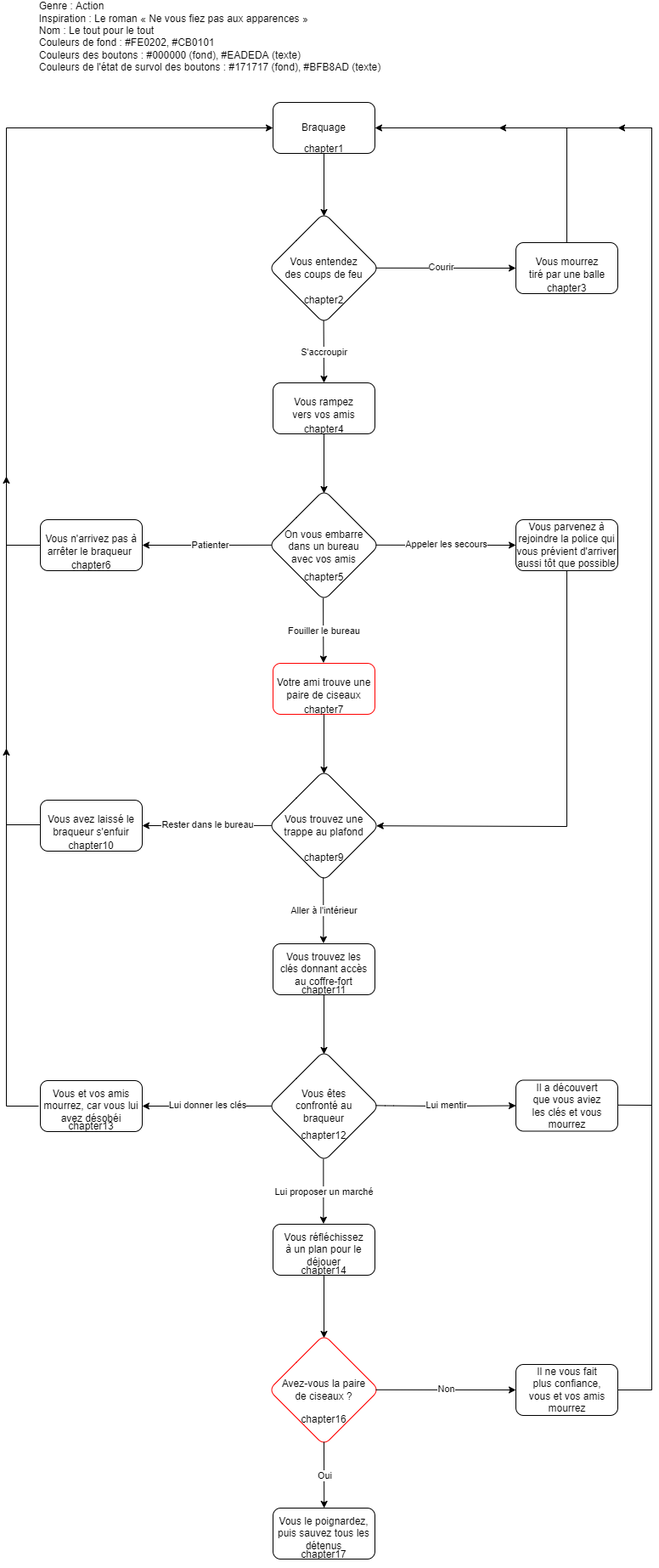
The draw.io diagram assets/schema.png in M-lie/vous-etes-le-heros-le-tout-pour-le-tout, before a commit. Source tidied: cells renumbered, new cells last; positions are measured from the earlier drawing's top-left corner, leaving out a move shared by most shapes.
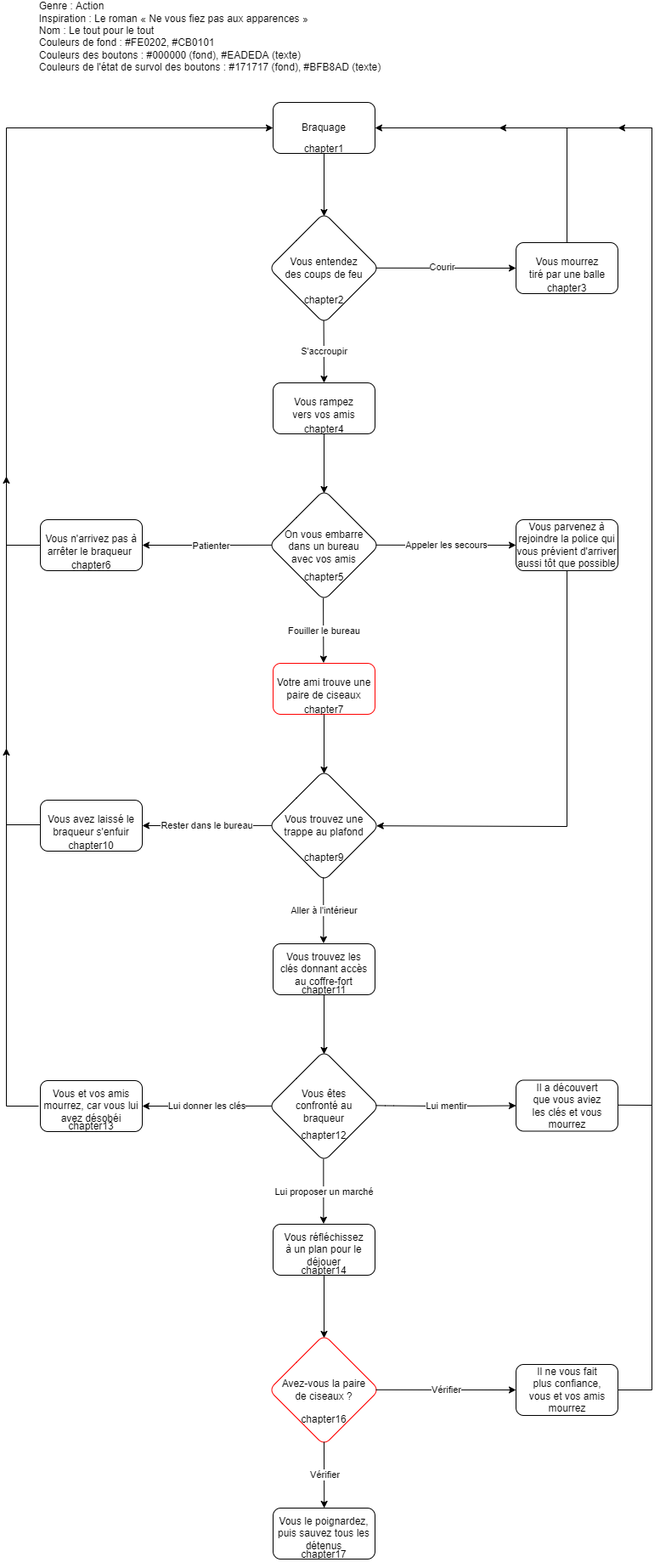
The same diagram one commit later.

Commit message:
arrangements_schema/textes

The edit, as a diff of the source:
```diff
@@ -239,7 +239,7 @@
         <mxPoint x="435" y="1634.8" as="sourcePoint" />
       </mxGeometry>
     </mxCell>
-    <mxCell id="58" value="Non" style="edgeLabel;html=1;align=center;verticalAlign=middle;fontColor=#000000;labelBackgroundColor=#FFFFFF;" parent="57" vertex="1">
+    <mxCell id="58" value="Vérifier" style="edgeLabel;html=1;align=center;verticalAlign=middle;fontColor=#000000;labelBackgroundColor=#FFFFFF;" parent="57" vertex="1">
       <mxGeometry relative="1" as="geometry">
         <mxPoint y="-1" as="offset" />
       </mxGeometry>
@@ -268,7 +268,7 @@
         <mxPoint x="374.2" y="1774" as="targetPoint" />
       </mxGeometry>
     </mxCell>
-    <mxCell id="64" value="Oui" style="edgeLabel;html=1;align=center;verticalAlign=middle;fontColor=#000000;labelBackgroundColor=#FFFFFF;" parent="63" vertex="1">
+    <mxCell id="64" value="Vérifier" style="edgeLabel;html=1;align=center;verticalAlign=middle;fontColor=#000000;labelBackgroundColor=#FFFFFF;" parent="63" vertex="1">
       <mxGeometry relative="1" as="geometry" />
     </mxCell>
     <mxCell id="65" value="Patienter" style="edgeLabel;html=1;align=center;verticalAlign=middle;fontColor=#000000;labelBackgroundColor=#FFFFFF;" parent="1" vertex="1">
```
